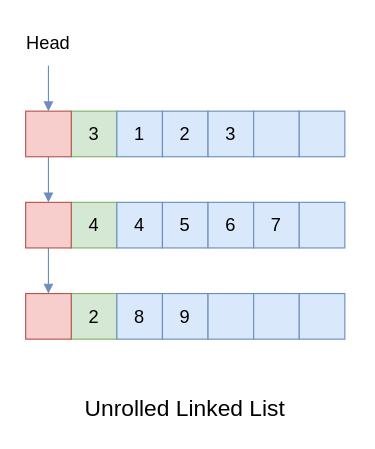
Above: src/list/assets/unrolled-linked-list.drawio in XuShaohua/TheAlgorithms (draw.io), before the change. Source tidied: cells renumbered, new cells numbered last; positions are measured from the earlier drawing's top-left corner, leaving out a move shared by most shapes. Both pictures are drawn from the tidied source at 114%, with x=0, y=0 at pixel (19, 19).
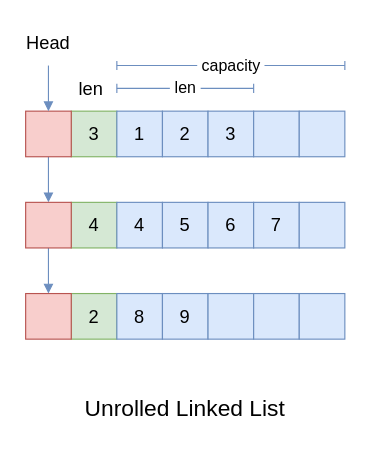
The same page after the edit.

Commit message (it also covers changes not shown here):
list: Update list types

Diff of the diagram source:
```diff
@@
+    <mxCell id="28" value="len" style="text;html=1;align=center;verticalAlign=middle;whiteSpace=wrap;rounded=0;fontFamily=Ubuntu;fontSize=16;fontStyle=0;" parent="1" vertex="1">
+      <mxGeometry x="40" y="40" width="45" height="40" as="geometry" />
+    </mxCell>
+    <mxCell id="29" value="&amp;nbsp;len&amp;nbsp;" style="endArrow=baseDash;startArrow=baseDash;html=1;rounded=1;shadow=0;strokeColor=#6c8ebf;strokeWidth=1;fontFamily=Ubuntu;fontSize=14;fontStyle=0;fillColor=#dae8fc;exitX=1;exitY=0.5;exitDx=0;exitDy=0;startFill=0;endFill=0;" parent="1" edge="1" source="28">
+      <mxGeometry relative="1" as="geometry">
+        <mxPoint x="205" y="60" as="targetPoint" />
+      </mxGeometry>
+    </mxCell>
+    <mxCell id="30" value="&amp;nbsp;capacity&amp;nbsp;" style="endArrow=baseDash;startArrow=baseDash;html=1;rounded=1;shadow=0;strokeColor=#6c8ebf;strokeWidth=1;fontFamily=Ubuntu;fontSize=14;fontStyle=0;fillColor=#dae8fc;exitX=1;exitY=0.5;exitDx=0;exitDy=0;startFill=0;endFill=0;" parent="1" edge="1">
+      <mxGeometry relative="1" as="geometry">
+        <mxPoint x="85" y="40" as="sourcePoint" />
+        <mxPoint x="285" y="40" as="targetPoint" />
+      </mxGeometry>
+    </mxCell>
```
